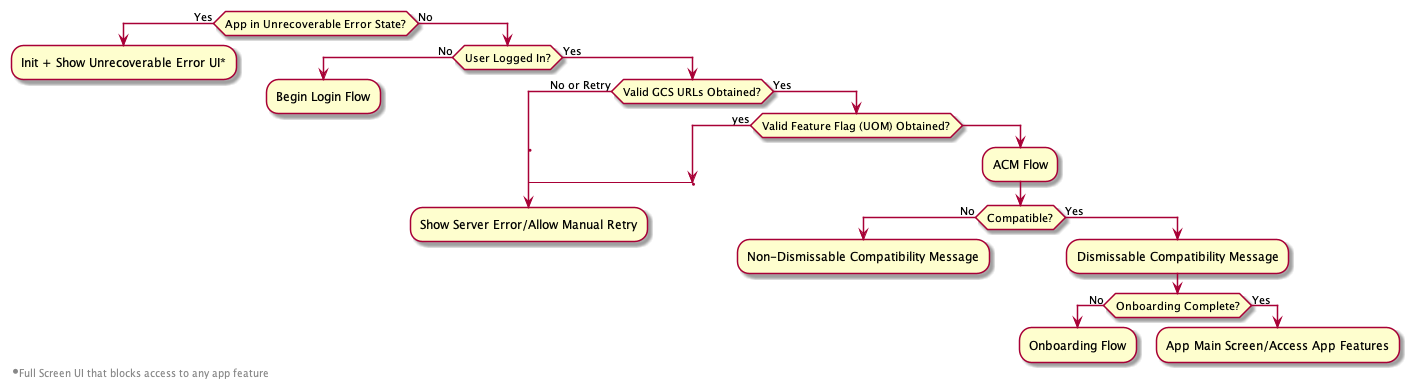
Earlier version of the PlantUML export images/UIDecisionTree-p.png (vl1021/pumlcharts).
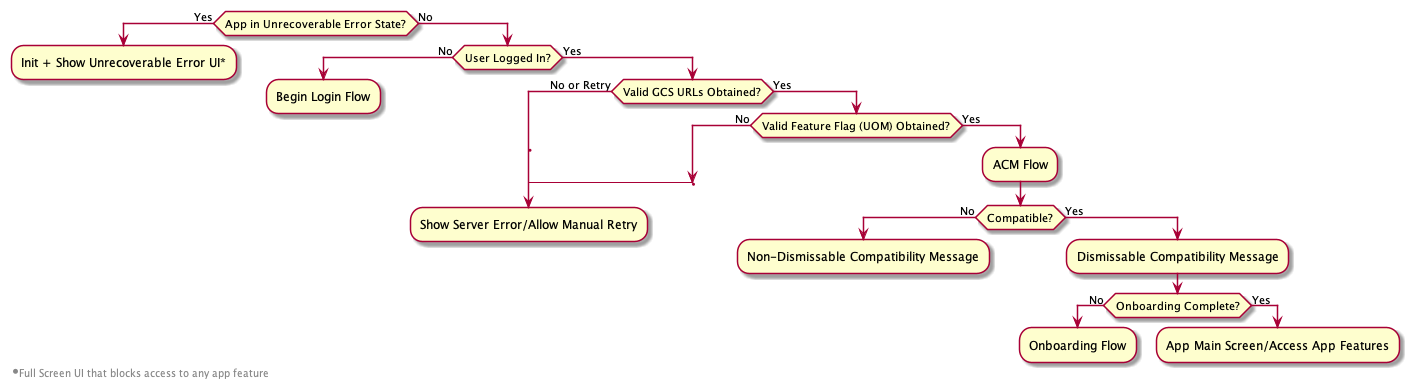
After the change.

Diff of the diagram source:
```diff
@@ -15,10 +15,10 @@
 :Show Server Error/Allow Manual Retry;
 kill
 else (Yes)
-if (Valid Feature Flag (UOM) Obtained?) then (yes)
+if (Valid Feature Flag (UOM) Obtained?) then (No)
 label sp_lab2
 goto sp_lab1
-else
+else (Yes)
 :ACM Flow;
 if (Compatible?) then (No)
 :Non-Dismissable Compatibility Message;
```
